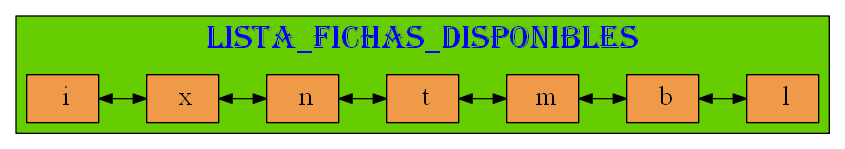
mariotun/EDD_1S2020_PY1_201602942 keeps this Graphviz diagram as Graficas/LD_Fichas_Jugador.dot.png. Above is the earlier version. Its source is kept beside it as Graficas/LD_Fichas_Jugador.dot.
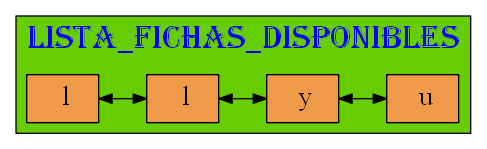
The same diagram one commit later.

Change to the diagram source:
```diff
@@ -12,22 +12,16 @@
 style=filled
 fillcolor=chartreuse3
 labelloc=t;{rank=same;
-25770509504[label=" i"];
-25770509536[label=" x"];
-25770509568[label=" n"];
-25770509600[label=" t"];
-25770509632[label=" m"];
-25770509664[label=" b"];
-25770509696[label=" l"];
+25770478784[label=" l"];
+25770478832[label=" l"];
+25770478880[label=" y"];
+25770479072[label=" u"];
 };
 
-25770509504->
-25770509536->
-25770509568->
-25770509600->
-25770509632->
-25770509664->
-25770509696
+25770478784->
+25770478832->
+25770478880->
+25770479072
 [dir=both  color=black];
 
  }
```
